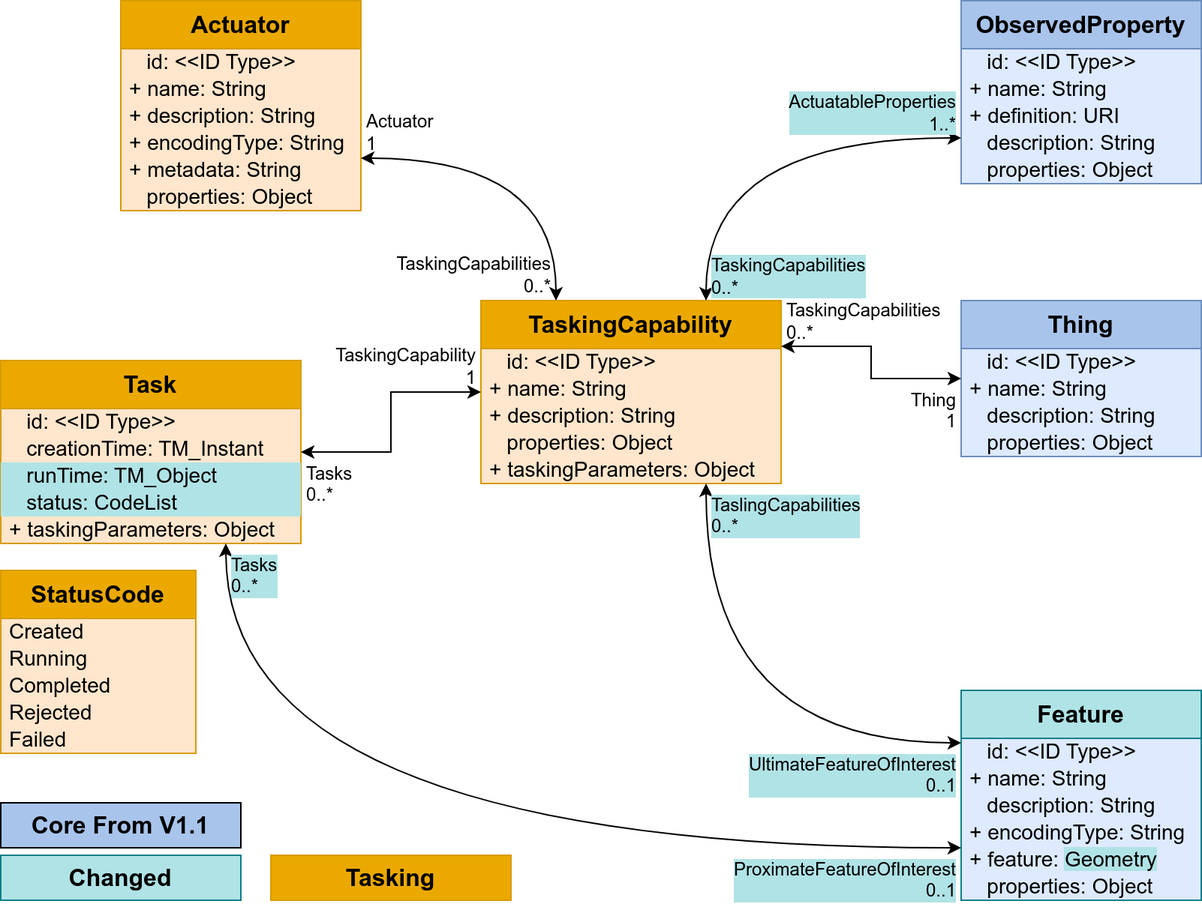
Above: figures/Datamodel-SensorThingsApi-V2-proposal-1-Tasking.drawio.png in opengeospatial/sensorthings (draw.io), before the change. Source tidied: cells renumbered, new cells last; positions are measured from the earlier drawing's top-left corner, leaving out a move shared by most shapes.
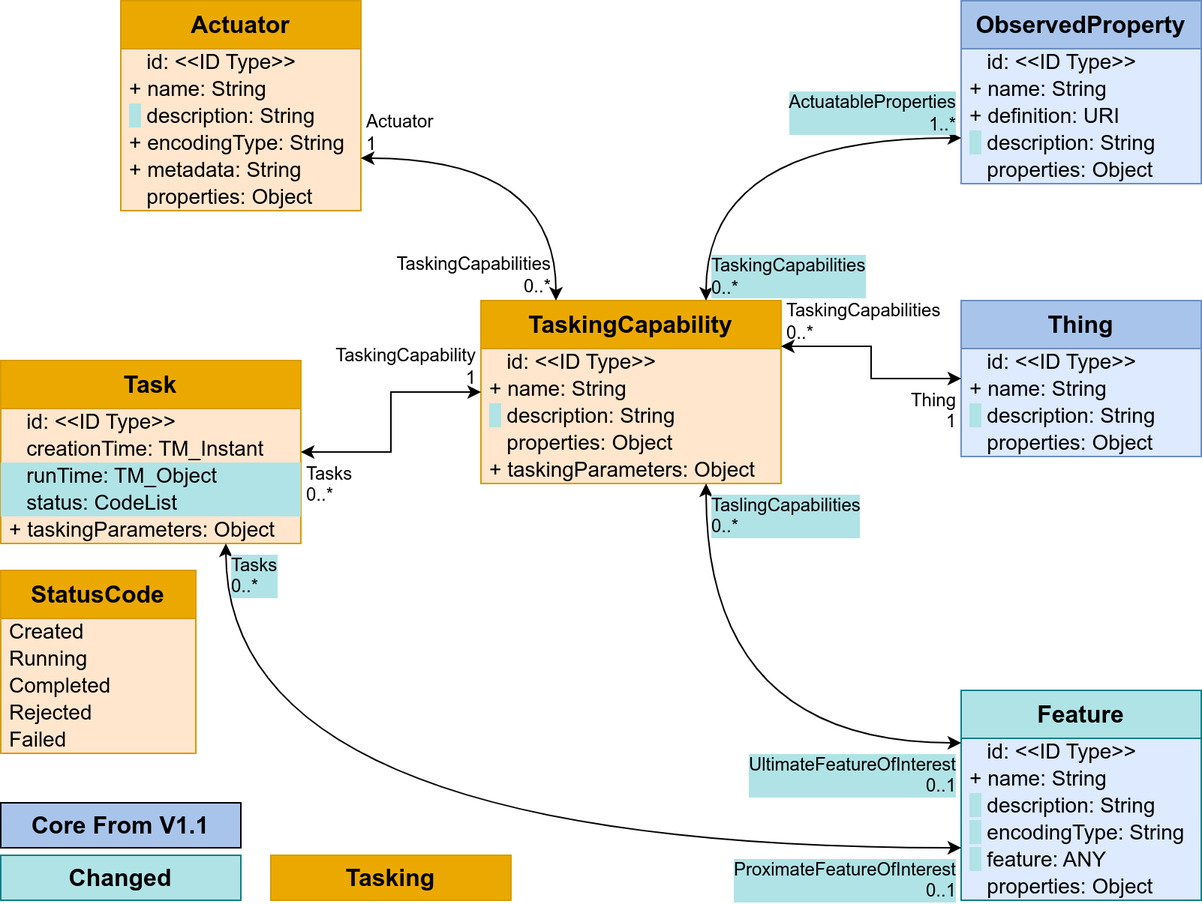
Above is the later version.

The edit, as a diff of the source:
```diff
@@ -11,13 +11,13 @@
     <mxCell id="4" value="+ name: String" style="text;strokeColor=none;fillColor=none;align=left;verticalAlign=middle;spacingLeft=4;spacingRight=4;overflow=visible;html=1;fontSize=14;" parent="2" vertex="1">
       <mxGeometry y="50" width="160" height="18" as="geometry" />
     </mxCell>
-    <mxCell id="5" value="&amp;nbsp; &amp;nbsp;description: String" style="text;strokeColor=none;fillColor=none;align=left;verticalAlign=middle;spacingLeft=4;spacingRight=4;overflow=visible;html=1;fontSize=14;" parent="2" vertex="1">
+    <mxCell id="5" value="&lt;span style=&quot;background-color: rgb(176, 227, 230);&quot;&gt;&amp;nbsp; &lt;/span&gt;&amp;nbsp;description: String" style="text;strokeColor=none;fillColor=none;align=left;verticalAlign=middle;spacingLeft=4;spacingRight=4;overflow=visible;html=1;fontSize=14;" parent="2" vertex="1">
       <mxGeometry y="68" width="160" height="18" as="geometry" />
     </mxCell>
-    <mxCell id="6" value="+ encodingType: String" style="text;strokeColor=none;fillColor=none;align=left;verticalAlign=middle;spacingLeft=4;spacingRight=4;overflow=visible;html=1;fontSize=14;" parent="2" vertex="1">
+    <mxCell id="6" value="&lt;span style=&quot;background-color: rgb(176, 227, 230);&quot;&gt;&amp;nbsp; &lt;/span&gt;&amp;nbsp;encodingType: String" style="text;strokeColor=none;fillColor=none;align=left;verticalAlign=middle;spacingLeft=4;spacingRight=4;overflow=visible;html=1;fontSize=14;" parent="2" vertex="1">
       <mxGeometry y="86" width="160" height="18" as="geometry" />
     </mxCell>
-    <mxCell id="7" value="+ feature: &lt;span style=&quot;background-color: rgb(176, 227, 230);&quot;&gt;Geometry&lt;/span&gt;" style="text;strokeColor=none;fillColor=none;align=left;verticalAlign=middle;spacingLeft=4;spacingRight=4;overflow=visible;html=1;fontSize=14;" parent="2" vertex="1">
+    <mxCell id="7" value="&lt;span style=&quot;background-color: rgb(176, 227, 230);&quot;&gt;&amp;nbsp; &lt;/span&gt;&amp;nbsp;feature: ANY" style="text;strokeColor=none;fillColor=none;align=left;verticalAlign=middle;spacingLeft=4;spacingRight=4;overflow=visible;html=1;fontSize=14;" parent="2" vertex="1">
       <mxGeometry y="104" width="160" height="18" as="geometry" />
     </mxCell>
     <mxCell id="8" value="&amp;nbsp;&amp;nbsp;&amp;nbsp;properties: Object" style="text;strokeColor=none;fillColor=none;align=left;verticalAlign=middle;spacingLeft=4;spacingRight=4;overflow=visible;html=1;fontSize=14;" parent="2" vertex="1">
@@ -35,7 +35,7 @@
     <mxCell id="12" value="+ definition: URI" style="text;strokeColor=none;fillColor=none;align=left;verticalAlign=middle;spacingLeft=4;spacingRight=4;overflow=visible;html=1;fontSize=14;" parent="9" vertex="1">
       <mxGeometry y="68" width="160" height="18" as="geometry" />
     </mxCell>
-    <mxCell id="13" value="&amp;nbsp; &amp;nbsp;description: String" style="text;strokeColor=none;fillColor=none;align=left;verticalAlign=middle;spacingLeft=4;spacingRight=4;overflow=visible;html=1;fontSize=14;" parent="9" vertex="1">
+    <mxCell id="13" value="&lt;span style=&quot;background-color: rgb(176, 227, 230);&quot;&gt;&amp;nbsp; &lt;/span&gt;&amp;nbsp;description: String" style="text;strokeColor=none;fillColor=none;align=left;verticalAlign=middle;spacingLeft=4;spacingRight=4;overflow=visible;html=1;fontSize=14;" parent="9" vertex="1">
       <mxGeometry y="86" width="160" height="18" as="geometry" />
     </mxCell>
     <mxCell id="14" value="&amp;nbsp;&amp;nbsp;&amp;nbsp;properties: Object" style="text;strokeColor=none;fillColor=none;align=left;verticalAlign=middle;spacingLeft=4;spacingRight=4;overflow=visible;html=1;fontSize=14;" parent="9" vertex="1">
@@ -50,7 +50,7 @@
     <mxCell id="17" value="+ name: String" style="text;strokeColor=none;fillColor=none;align=left;verticalAlign=middle;spacingLeft=4;spacingRight=4;overflow=visible;html=1;fontSize=14;" parent="15" vertex="1">
       <mxGeometry y="50" width="160" height="18" as="geometry" />
     </mxCell>
-    <mxCell id="18" value="&amp;nbsp; &amp;nbsp;description: String" style="text;strokeColor=none;fillColor=none;align=left;verticalAlign=middle;spacingLeft=4;spacingRight=4;overflow=visible;html=1;fontSize=14;" parent="15" vertex="1">
+    <mxCell id="18" value="&lt;span style=&quot;background-color: rgb(176, 227, 230);&quot;&gt;&amp;nbsp; &lt;/span&gt;&amp;nbsp;description: String" style="text;strokeColor=none;fillColor=none;align=left;verticalAlign=middle;spacingLeft=4;spacingRight=4;overflow=visible;html=1;fontSize=14;" parent="15" vertex="1">
       <mxGeometry y="68" width="160" height="18" as="geometry" />
     </mxCell>
     <mxCell id="19" value="&amp;nbsp;&amp;nbsp;&amp;nbsp;properties: Object" style="text;strokeColor=none;fillColor=none;align=left;verticalAlign=middle;spacingLeft=4;spacingRight=4;overflow=visible;html=1;fontSize=14;" parent="15" vertex="1">
@@ -71,7 +71,7 @@
     <mxCell id="24" value="+ name: String" style="text;strokeColor=none;fillColor=none;align=left;verticalAlign=middle;spacingLeft=4;spacingRight=4;overflow=visible;html=1;fontSize=14;" parent="22" vertex="1">
       <mxGeometry y="50" width="160" height="18" as="geometry" />
     </mxCell>
-    <mxCell id="25" value="+ description: String" style="text;strokeColor=none;fillColor=none;align=left;verticalAlign=middle;spacingLeft=4;spacingRight=4;overflow=visible;html=1;fontSize=14;" parent="22" vertex="1">
+    <mxCell id="25" value="&lt;span style=&quot;background-color: rgb(176, 227, 230);&quot;&gt;&amp;nbsp; &lt;/span&gt;&amp;nbsp;description: String" style="text;strokeColor=none;fillColor=none;align=left;verticalAlign=middle;spacingLeft=4;spacingRight=4;overflow=visible;html=1;fontSize=14;" parent="22" vertex="1">
       <mxGeometry y="68" width="160" height="18" as="geometry" />
     </mxCell>
     <mxCell id="26" value="+ encodingType: String" style="text;strokeColor=none;fillColor=none;align=left;verticalAlign=middle;spacingLeft=4;spacingRight=4;overflow=visible;html=1;fontSize=14;" parent="22" vertex="1">
@@ -110,7 +110,7 @@
     <mxCell id="37" value="+ name: String" style="text;strokeColor=none;fillColor=none;align=left;verticalAlign=middle;spacingLeft=4;spacingRight=4;overflow=visible;html=1;fontSize=14;" parent="35" vertex="1">
       <mxGeometry y="50" width="200" height="18" as="geometry" />
     </mxCell>
-    <mxCell id="38" value="+ description: String" style="text;strokeColor=none;fillColor=none;align=left;verticalAlign=middle;spacingLeft=4;spacingRight=4;overflow=visible;html=1;fontSize=14;" parent="35" vertex="1">
+    <mxCell id="38" value="&lt;span style=&quot;background-color: rgb(176, 227, 230);&quot;&gt;&amp;nbsp; &lt;/span&gt;&amp;nbsp;description: String" style="text;strokeColor=none;fillColor=none;align=left;verticalAlign=middle;spacingLeft=4;spacingRight=4;overflow=visible;html=1;fontSize=14;" parent="35" vertex="1">
       <mxGeometry y="68" width="200" height="18" as="geometry" />
     </mxCell>
     <mxCell id="39" value="&amp;nbsp;&amp;nbsp;&amp;nbsp;properties: Object" style="text;strokeColor=none;fillColor=none;align=left;verticalAlign=middle;spacingLeft=4;spacingRight=4;overflow=visible;html=1;fontSize=14;" parent="35" vertex="1">
```
